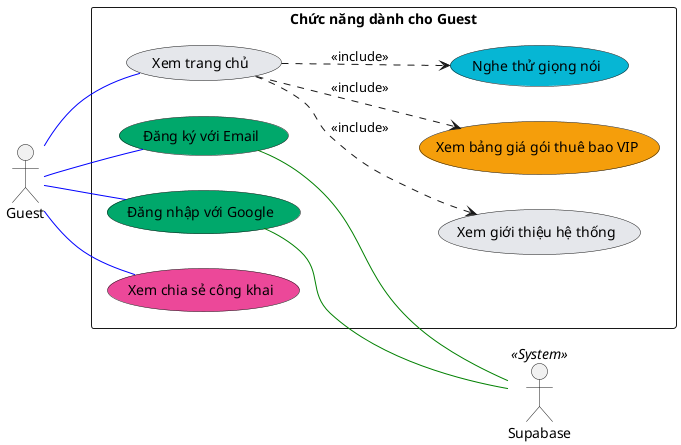
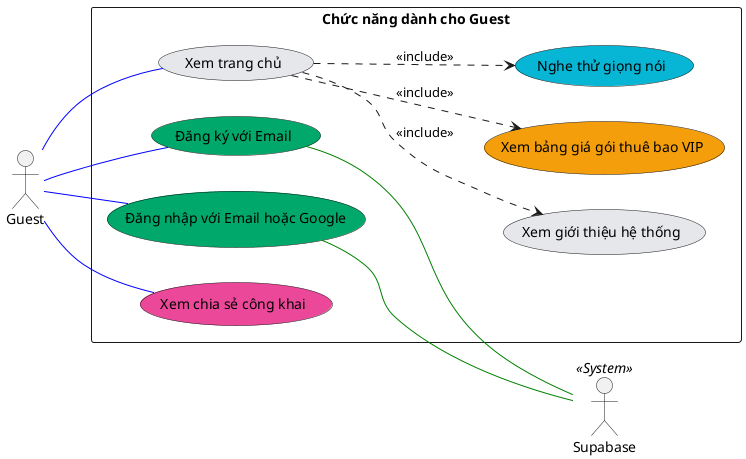
@startuml
left to right direction
skinparam packageStyle rectangle
skinparam shadowing false

actor "Guest" as Guest
actor "Supabase" as Supabase << System >>

rectangle "Chức năng dành cho Guest" {
  usecase "Xem trang chủ" as UC_Home #e5e7eb
  usecase "Xem giới thiệu hệ thống" as UC_Intro #e5e7eb
  usecase "Xem bảng giá gói thuê bao VIP" as UC_Pricing #f59e0b
  usecase "Nghe thử giọng nói" as UC_SampleVoice #06b6d4
  usecase "Đăng ký với Email" as UC_Register #00a86b
-   usecase "Đăng nhập với Google" as UC_Login #00a86b
+   usecase "Đăng nhập với Email hoặc Google" as UC_Login #00a86b
  usecase "Xem chia sẻ công khai" as UC_PublicShare #ec4899

  UC_Home ..> UC_Intro : <<include>>
  UC_Home ..> UC_Pricing : <<include>>
  UC_Home ..> UC_SampleVoice : <<include>>
}

Guest -- UC_Home #blue
Guest -- UC_Register #blue
Guest -- UC_Login #blue
Guest -- UC_PublicShare #blue

UC_Register -- Supabase #green
UC_Login -- Supabase #green
@enduml
